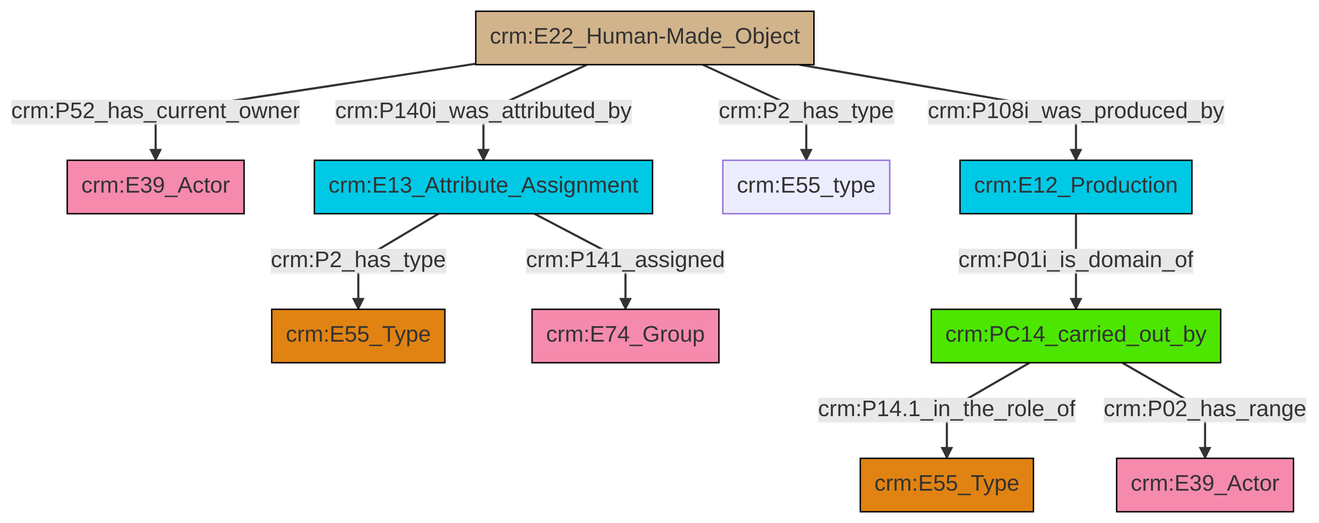
swiss-art-research-net/reference-data-models keeps this Mermaid diagram as et/builtWorkCSV/ttl/mmd/png/Built_Work_actor_relations.png. Above is the earlier version. Its source is kept beside it as et/builtWorkCSV/ttl/mmd/Built_Work_actor_relations.ttl.mmd.
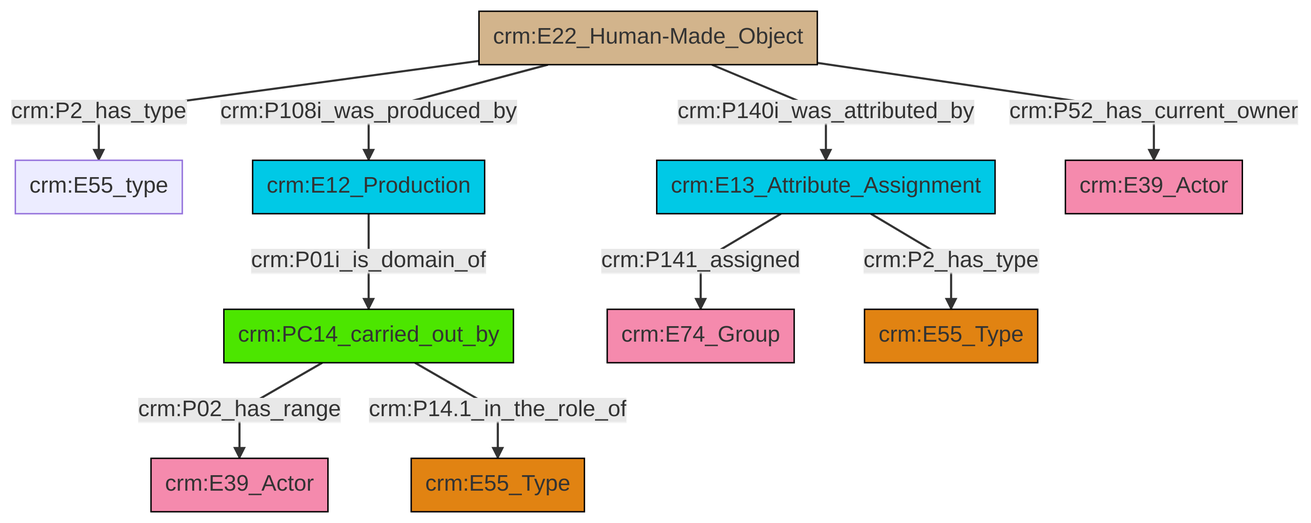
After the commit.

What changed in the source:
```diff
@@ -13,12 +13,12 @@
 classDef PC_Classes fill:#4ce600, stroke:#000000;
 classDef Multi fill:#cccccc,stroke:#000000;
 
-8["crm:E13_Attribute_Assignment"]:::Temporal_Entity -->|crm:P2_has_type| 0["crm:E55_Type"]:::Type
-9["crm:E22_Human-Made_Object"]:::Physical_Thing -->|crm:P108i_was_produced_by| 4["crm:E12_Production"]:::Temporal_Entity
-8["crm:E13_Attribute_Assignment"]:::Temporal_Entity -->|crm:P141_assigned| 10["crm:E74_Group"]:::Actor
-9["crm:E22_Human-Made_Object"]:::Physical_Thing -->|crm:P2_has_type| 6["crm:E55_type"]:::Default
-4["crm:E12_Production"]:::Temporal_Entity -->|crm:P01i_is_domain_of| 16["crm:PC14_carried_out_by"]:::PC_Classes
-9["crm:E22_Human-Made_Object"]:::Physical_Thing -->|crm:P52_has_current_owner| 2["crm:E39_Actor"]:::Actor
-16["crm:PC14_carried_out_by"]:::PC_Classes -->|crm:P14.1_in_the_role_of| 11["crm:E55_Type"]:::Type
-16["crm:PC14_carried_out_by"]:::PC_Classes -->|crm:P02_has_range| 13["crm:E39_Actor"]:::Actor
-9["crm:E22_Human-Made_Object"]:::Physical_Thing -->|crm:P140i_was_attributed_by| 8["crm:E13_Attribute_Assignment"]:::Temporal_Entity
+0["crm:E13_Attribute_Assignment"]:::Temporal_Entity -->|crm:P141_assigned| 1["crm:E74_Group"]:::Actor
+6["crm:E12_Production"]:::Temporal_Entity -->|crm:P01i_is_domain_of| 2["crm:PC14_carried_out_by"]:::PC_Classes
+0["crm:E13_Attribute_Assignment"]:::Temporal_Entity -->|crm:P2_has_type| 7["crm:E55_Type"]:::Type
+15["crm:E22_Human-Made_Object"]:::Physical_Thing -->|crm:P2_has_type| 11["crm:E55_type"]:::Default
+2["crm:PC14_carried_out_by"]:::PC_Classes -->|crm:P02_has_range| 4["crm:E39_Actor"]:::Actor
+15["crm:E22_Human-Made_Object"]:::Physical_Thing -->|crm:P108i_was_produced_by| 6["crm:E12_Production"]:::Temporal_Entity
+15["crm:E22_Human-Made_Object"]:::Physical_Thing -->|crm:P140i_was_attributed_by| 0["crm:E13_Attribute_Assignment"]:::Temporal_Entity
+15["crm:E22_Human-Made_Object"]:::Physical_Thing -->|crm:P52_has_current_owner| 13["crm:E39_Actor"]:::Actor
+2["crm:PC14_carried_out_by"]:::PC_Classes -->|crm:P14.1_in_the_role_of| 16["crm:E55_Type"]:::Type
```
